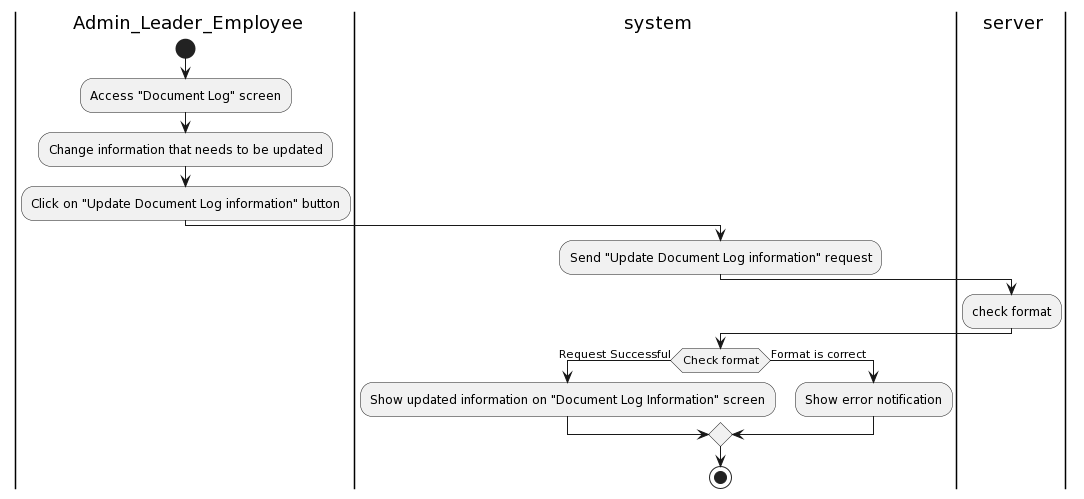
This is Lab1/Lab1.2/Activity Diagram/DocumentLog/EditDocumentLoginformation/EditDocumentLoginformation.png from khoapham1003/SE357-Pratice-class, a PlantUML export, as it was before one commit. Source of this version:
```plantuml
@startuml
|a| Admin_Leader_Employee
|sys| system
|ser| server
|a|
start
:Access "Document Log" screen;
:Change information that needs to be updated;
:Click on "Update Document Log information" button;
|sys|
:Send "Update Document Log information" request;
|ser|
:check format;
|sys|
if(Check format) then (Request Successful)
|sys|
:Show updated information on "Document Log Information" screen;
else (Format is correct)
:Show error notification;
endif

stop
@enduml
```
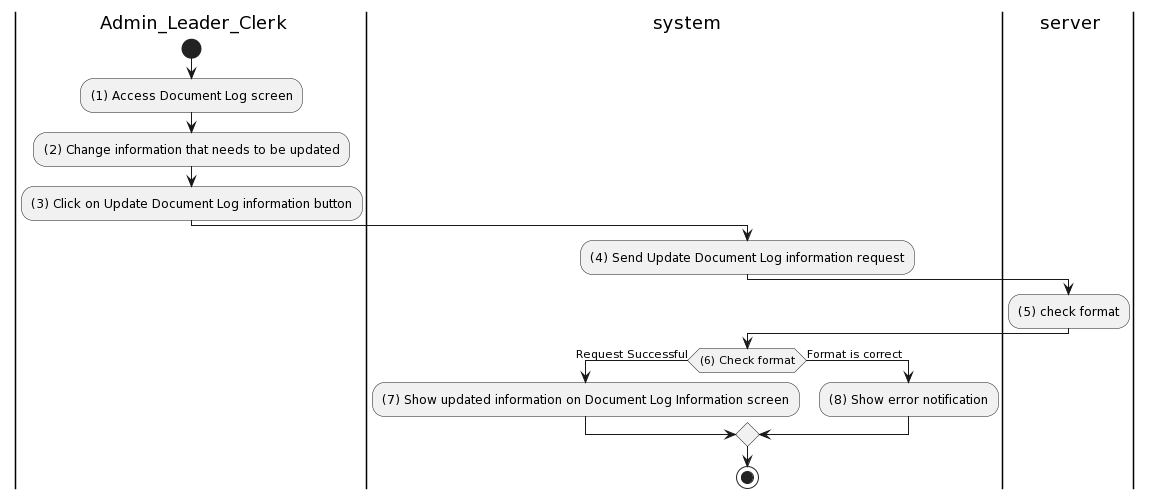
The same diagram one commit later.

Change to the diagram source:
```diff
@@ -1,22 +1,22 @@
 @startuml
-|a| Admin_Leader_Employee
+|a| Admin_Leader_Clerk
 |sys| system
 |ser| server
+
 |a|
 start
-:Access "Document Log" screen;
-:Change information that needs to be updated;
-:Click on "Update Document Log information" button;
+:(1) Access Document Log screen;
+:(2) Change information that needs to be updated;
+:(3) Click on Update Document Log information button;
 |sys|
-:Send "Update Document Log information" request;
+:(4) Send Update Document Log information request;
 |ser|
-:check format;
+:(5) check format;
 |sys|
-if(Check format) then (Request Successful)
-|sys|
-:Show updated information on "Document Log Information" screen;
+if((6) Check format) then (Request Successful)
+:(7) Show updated information on Document Log Information screen;
 else (Format is correct)
-:Show error notification;
+:(8) Show error notification;
 endif
 
 stop
```
